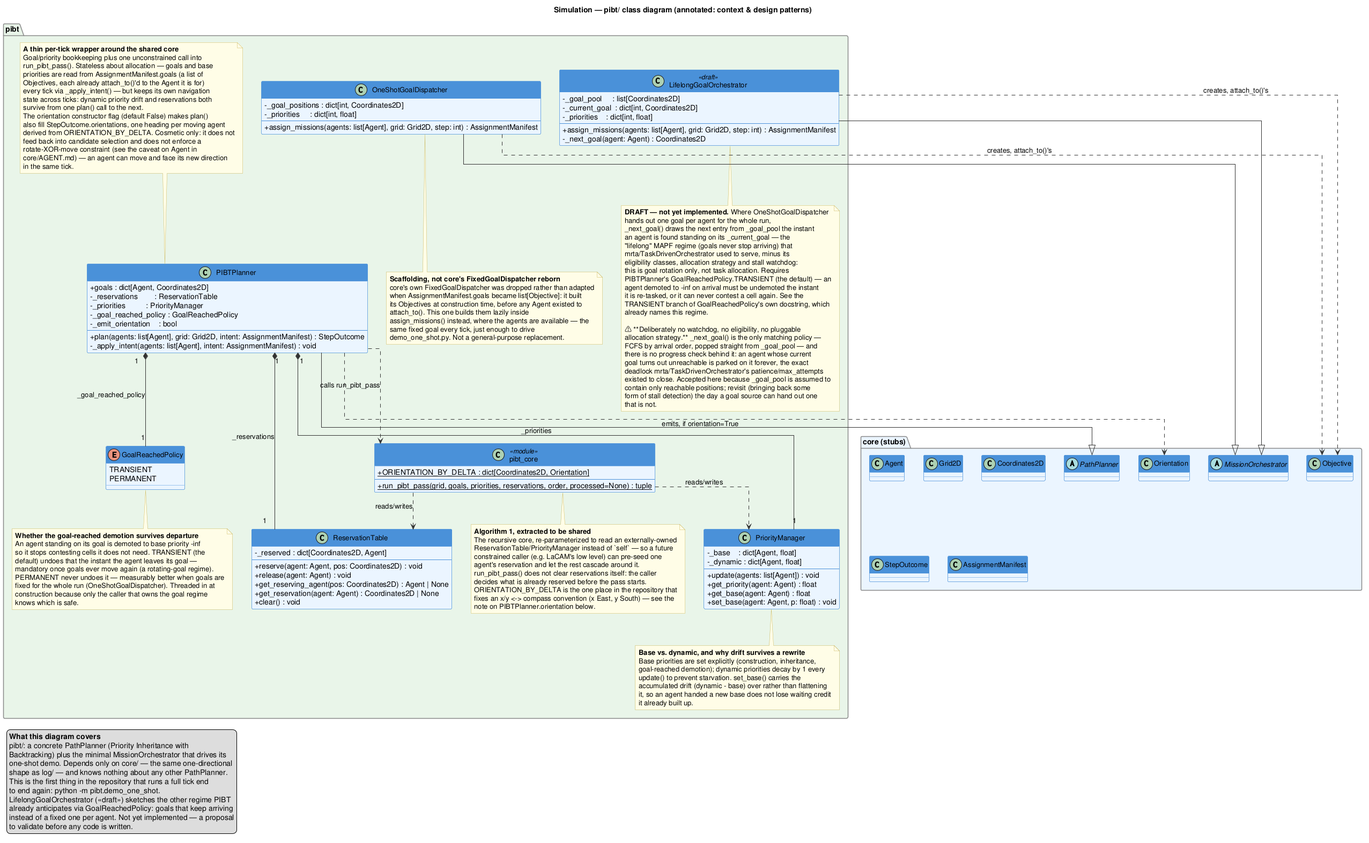
Earlier version of the PlantUML export diagrammes/Class_Diagram/Pibt/pibt_class_diagram_commente.png (RasdaCorentin/MAPF_Simulation).
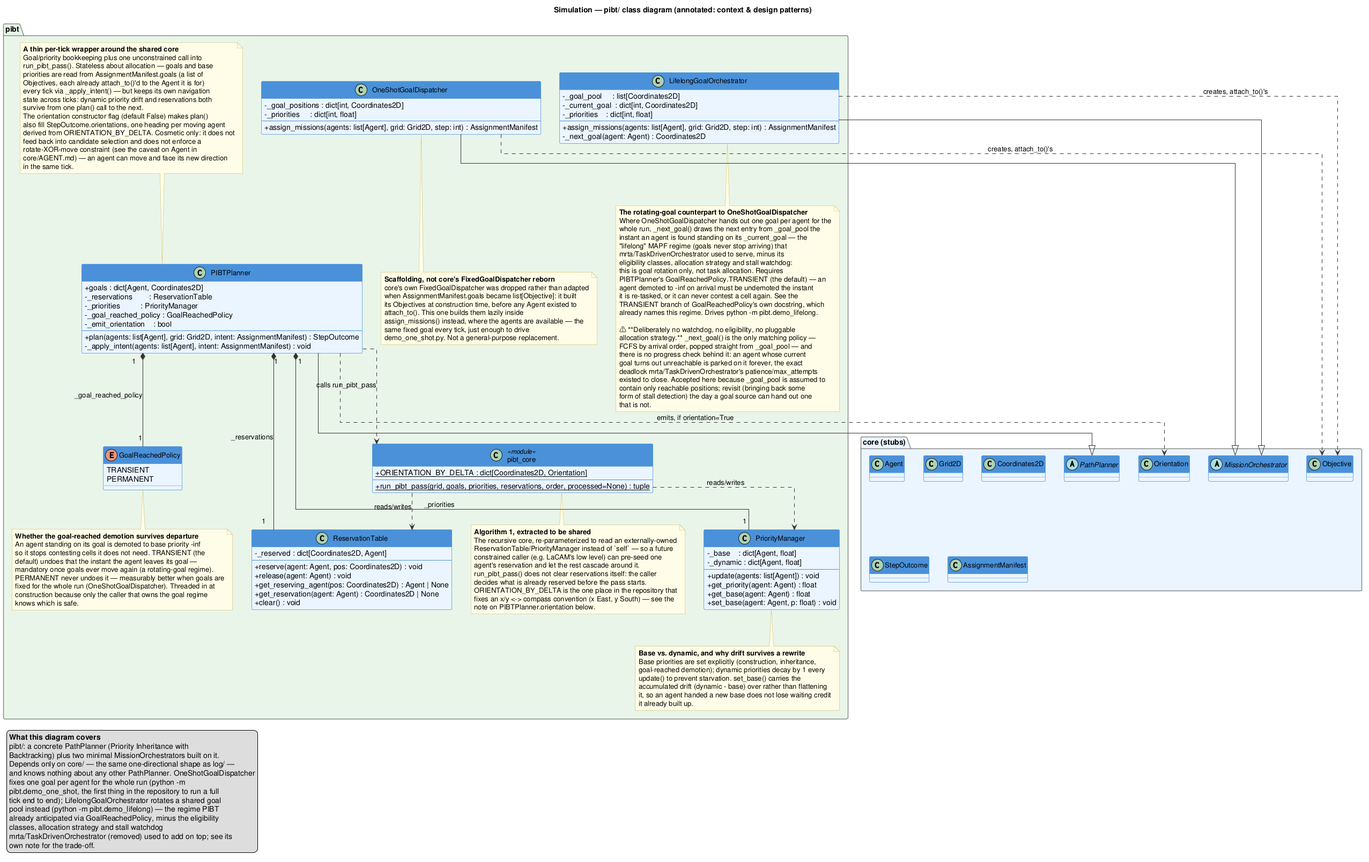
The same file after the commit.

Commit message:
docs(diagrams): mark LifelongGoalOrchestrator implemented on the pibt/ class diagram

Drops the <<draft>> marker and 'not yet implemented' framing now that
pibt/lifelong_orchestrator.py and demo_lifelong.py exist and run; the
deliberate scope cut (no eligibility, no allocation strategy, no
watchdog) is kept as a documented trade-off, not a TODO.

Diff of the diagram source:
```diff
@@ -136,7 +136,7 @@
       demo_one_shot.py. Not a general-purpose replacement.
     end note
 
-    class LifelongGoalOrchestrator <<draft>> {
+    class LifelongGoalOrchestrator {
         - _goal_pool     : list[Coordinates2D]
         - _current_goal  : dict[int, Coordinates2D]
         - _priorities    : dict[int, float]
@@ -145,10 +145,10 @@
         - _next_goal(agent: Agent) : Coordinates2D
     }
     note bottom of LifelongGoalOrchestrator
-      **DRAFT — not yet implemented.** Where OneShotGoalDispatcher
-      hands out one goal per agent for the whole run,
-      _next_goal() draws the next entry from _goal_pool the instant
-      an agent is found standing on its _current_goal — the
+      **The rotating-goal counterpart to OneShotGoalDispatcher**
+      Where OneShotGoalDispatcher hands out one goal per agent for the
+      whole run, _next_goal() draws the next entry from _goal_pool the
+      instant an agent is found standing on its _current_goal — the
       "lifelong" MAPF regime (goals never stop arriving) that
       mrta/TaskDrivenOrchestrator used to serve, minus its
       eligibility classes, allocation strategy and stall watchdog:
@@ -157,7 +157,7 @@
       agent demoted to -inf on arrival must be undemoted the instant
       it is re-tasked, or it can never contest a cell again. See the
       TRANSIENT branch of GoalReachedPolicy's own docstring, which
-      already names this regime.
+      already names this regime. Drives python -m pibt.demo_lifelong.
 
       ⚠ **Deliberately no watchdog, no eligibility, no pluggable
       allocation strategy.** _next_goal() is the only matching policy —
@@ -192,15 +192,17 @@
 legend bottom left
   **What this diagram covers**
   pibt/: a concrete PathPlanner (Priority Inheritance with
-  Backtracking) plus the minimal MissionOrchestrator that drives its
-  one-shot demo. Depends only on core/ — the same one-directional
-  shape as log/ — and knows nothing about any other PathPlanner.
-  This is the first thing in the repository that runs a full tick end
-  to end again: python -m pibt.demo_one_shot.
-  LifelongGoalOrchestrator (<<draft>>) sketches the other regime PIBT
-  already anticipates via GoalReachedPolicy: goals that keep arriving
-  instead of a fixed one per agent. Not yet implemented — a proposal
-  to validate before any code is written.
+  Backtracking) plus two minimal MissionOrchestrators built on it.
+  Depends only on core/ — the same one-directional shape as log/ —
+  and knows nothing about any other PathPlanner. OneShotGoalDispatcher
+  fixes one goal per agent for the whole run (python -m
+  pibt.demo_one_shot, the first thing in the repository to run a full
+  tick end to end); LifelongGoalOrchestrator rotates a shared goal
+  pool instead (python -m pibt.demo_lifelong) — the regime PIBT
+  already anticipated via GoalReachedPolicy, minus the eligibility
+  classes, allocation strategy and stall watchdog
+  mrta/TaskDrivenOrchestrator (removed) used to add on top; see its
+  own note for the trade-off.
 end legend
 
 @enduml
```
